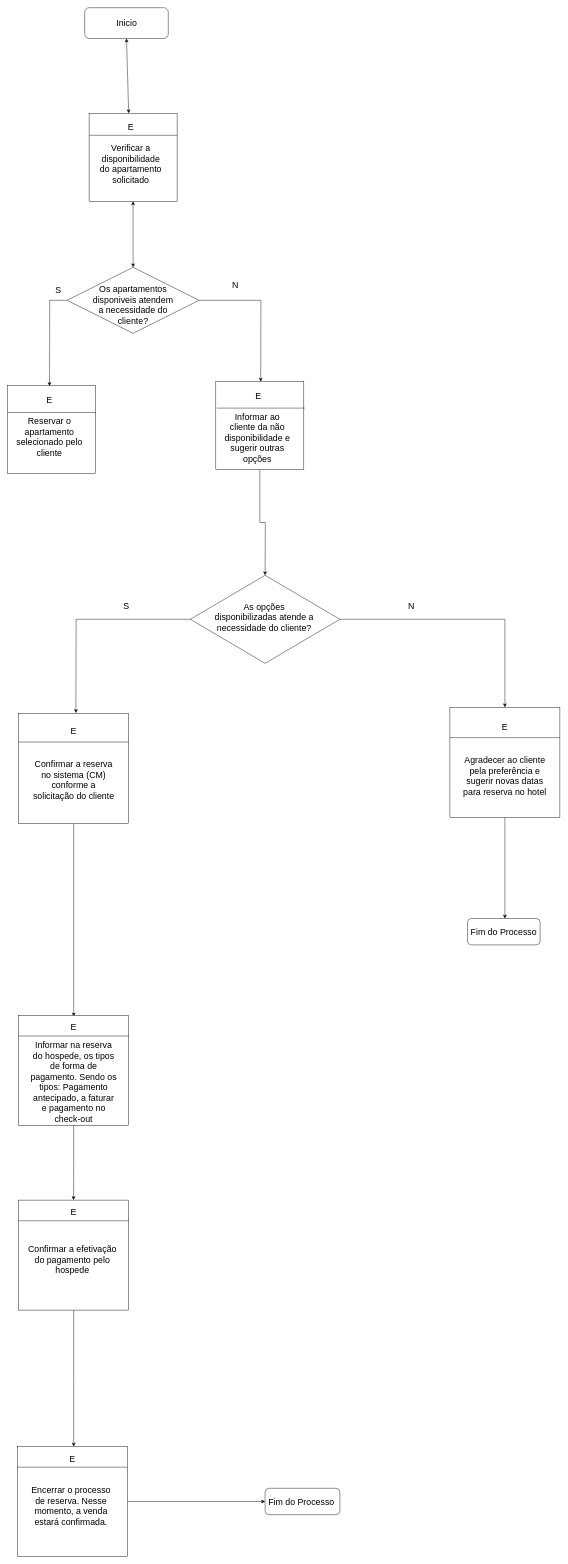
The draw.io diagram page "Page-1" (1 of 2) of ReservadeApartamentos.drawio in VictorNess/Diagrams, before the edit. Source tidied: cells renumbered, new cells numbered last; positions are measured from the earlier drawing's top-left corner, leaving out a move shared by most shapes. Both pictures are drawn from the tidied source at 44%, with x=0, y=0 at pixel (7, 7).
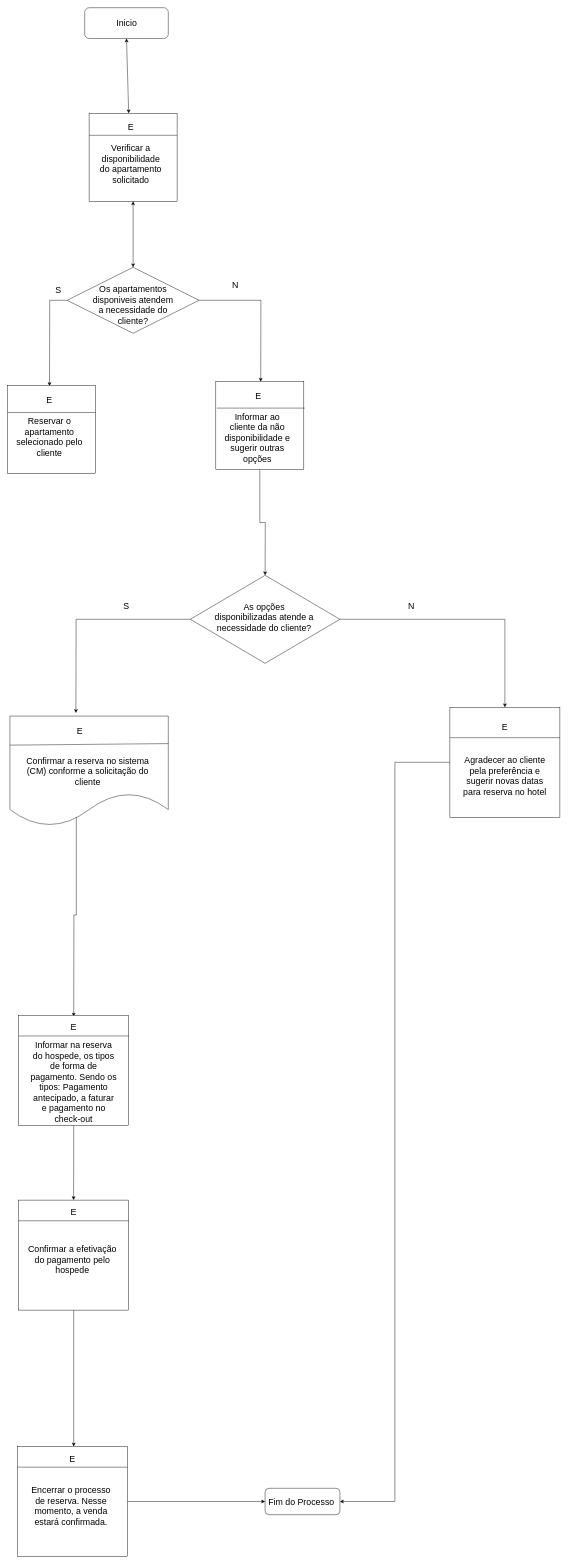
The same page after the edit.

The change refers to these unchanged cells:
```xml
<mxCell id="34" style="whiteSpace=wrap;html=1;" parent="1" vertex="1">
  <mxGeometry x="1005" y="1590" width="250" height="250" as="geometry" />
</mxCell>
<mxCell id="56" style="rounded=1;whiteSpace=wrap;html=1;" parent="1" vertex="1">
  <mxGeometry x="585" y="3365" width="170" height="60" as="geometry" />
</mxCell>
```

Change to the diagram source:
```diff
@@
-    <mxCell id="31" style="edgeStyle=orthogonalEdgeStyle;rounded=0;jettySize=auto;html=1;" parent="1" edge="1" source="32">
+    <mxCell id="31" style="edgeStyle=orthogonalEdgeStyle;rounded=0;orthogonalLoop=1;jettySize=auto;html=1;" parent="1" edge="1">
       <mxGeometry relative="1" as="geometry">
+        <mxPoint x="135" y="1830" as="sourcePoint" />
         <mxPoint x="150" y="2292.9" as="targetPoint" />
       </mxGeometry>
     </mxCell>
-    <mxCell id="32" style="whiteSpace=wrap;html=1;" parent="1" vertex="1">
-      <mxGeometry x="25" y="1604" width="250" height="250" as="geometry" />
-    </mxCell>
-    <mxCell id="33" style="edgeStyle=orthogonalEdgeStyle;rounded=0;jettySize=auto;html=1;" parent="1" edge="1" source="34">
-      <mxGeometry relative="1" as="geometry">
-        <mxPoint x="1130" y="2070" as="targetPoint" />
-      </mxGeometry>
+    <mxCell id="33" style="edgeStyle=orthogonalEdgeStyle;rounded=0;jettySize=auto;html=1;entryX=1;entryY=0.5;entryDx=0;entryDy=0;" parent="1" edge="1" source="34" target="56">
+      <mxGeometry relative="1" as="geometry" />
     </mxCell>
@@
-    <mxCell id="38" value="&lt;font style=&quot;font-size: 20px&quot;&gt;E&lt;/font&gt;" style="text;html=1;strokeColor=none;fillColor=none;align=center;verticalAlign=middle;whiteSpace=wrap;rounded=0;" parent="1" vertex="1">
-      <mxGeometry x="130" y="1634" width="40" height="20" as="geometry" />
-    </mxCell>
-    <mxCell id="39" value="&lt;span style=&quot;font-size: 20px&quot;&gt;Confirmar a reserva no sistema (CM) conforme a solicitação do cliente&lt;/span&gt;" style="text;html=1;strokeColor=none;fillColor=none;align=center;verticalAlign=middle;whiteSpace=wrap;rounded=0;" parent="1" vertex="1">
-      <mxGeometry x="50" y="1750" width="200" height="10" as="geometry" />
-    </mxCell>
-    <mxCell id="40" style="endArrow=none;html=1;exitX=0;exitY=0.25;exitDx=0;exitDy=0;" parent="1" edge="1">
-      <mxGeometry relative="1" as="geometry">
-        <mxPoint x="25" y="1669" as="sourcePoint" />
-        <mxPoint x="275" y="1669" as="targetPoint" />
-      </mxGeometry>
-    </mxCell>
@@
-    <mxCell id="58" style="rounded=1;whiteSpace=wrap;html=1;" parent="1" vertex="1">
-      <mxGeometry x="1045" y="2070" width="165" height="60" as="geometry" />
-    </mxCell>
-    <mxCell id="59" value="&lt;font style=&quot;font-size: 20px&quot;&gt;Fim do Processo&lt;/font&gt;" style="text;html=1;align=center;verticalAlign=middle;fillColor=none;strokeColor=none;rounded=0;" parent="1" vertex="1">
-      <mxGeometry x="1042" y="2090" width="170" height="20" as="geometry" />
-    </mxCell>
+    <mxCell id="60" style="shape=document;whiteSpace=wrap;html=1;boundedLbl=1;" parent="1" vertex="1">
+      <mxGeometry x="5" y="1610" width="360" height="250" as="geometry" />
+    </mxCell>
+    <mxCell id="39" value="&lt;span style=&quot;font-size: 20px&quot;&gt;Confirmar a reserva no sistema (CM) conforme a solicitação do cliente&lt;/span&gt;" style="text;html=1;strokeColor=none;fillColor=none;align=center;verticalAlign=middle;whiteSpace=wrap;rounded=0;" parent="1" vertex="1">
+      <mxGeometry x="37" y="1730" width="290" height="10" as="geometry" />
+    </mxCell>
+    <mxCell id="61" style="endArrow=none;html=1;exitX=0;exitY=0.25;exitDx=0;exitDy=0;entryX=1;entryY=0.25;entryDx=0;entryDy=0;" parent="1" edge="1" target="60">
+      <mxGeometry relative="1" as="geometry">
+        <mxPoint x="5" y="1676" as="sourcePoint" />
+      </mxGeometry>
+    </mxCell>
+    <mxCell id="38" value="&lt;font style=&quot;font-size: 20px&quot;&gt;E&lt;/font&gt;" style="text;html=1;strokeColor=none;fillColor=none;align=center;verticalAlign=middle;whiteSpace=wrap;rounded=0;" parent="1" vertex="1">
+      <mxGeometry x="144" y="1634" width="40" height="20" as="geometry" />
+    </mxCell>
```
